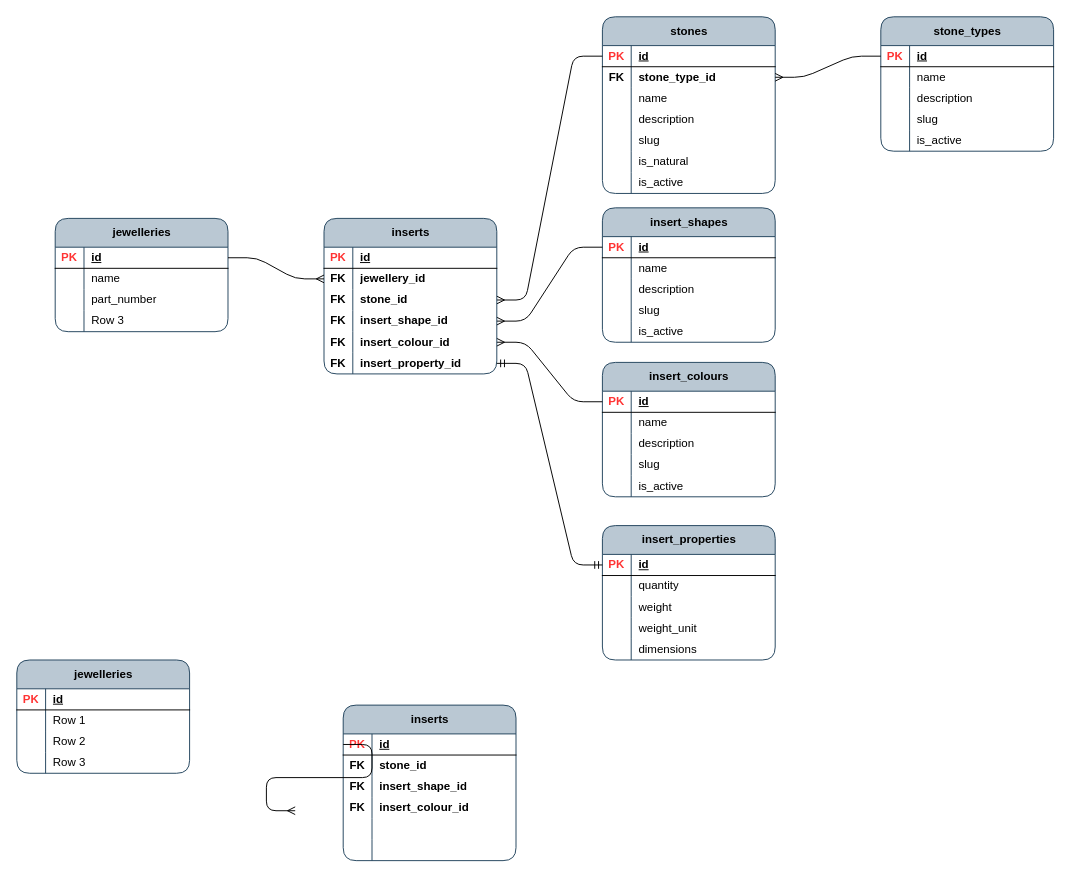
Above: page "Inserts" (4 of 6) of jewellery_items.drawio in acwstudio/app-ben-brumm (draw.io), before the change. Source tidied: cells renumbered, new cells numbered last; positions are measured from the earlier drawing's top-left corner, leaving out a move shared by most shapes. Both pictures are drawn from the tidied source at 96%, with x=0, y=0 at pixel (16, -156).
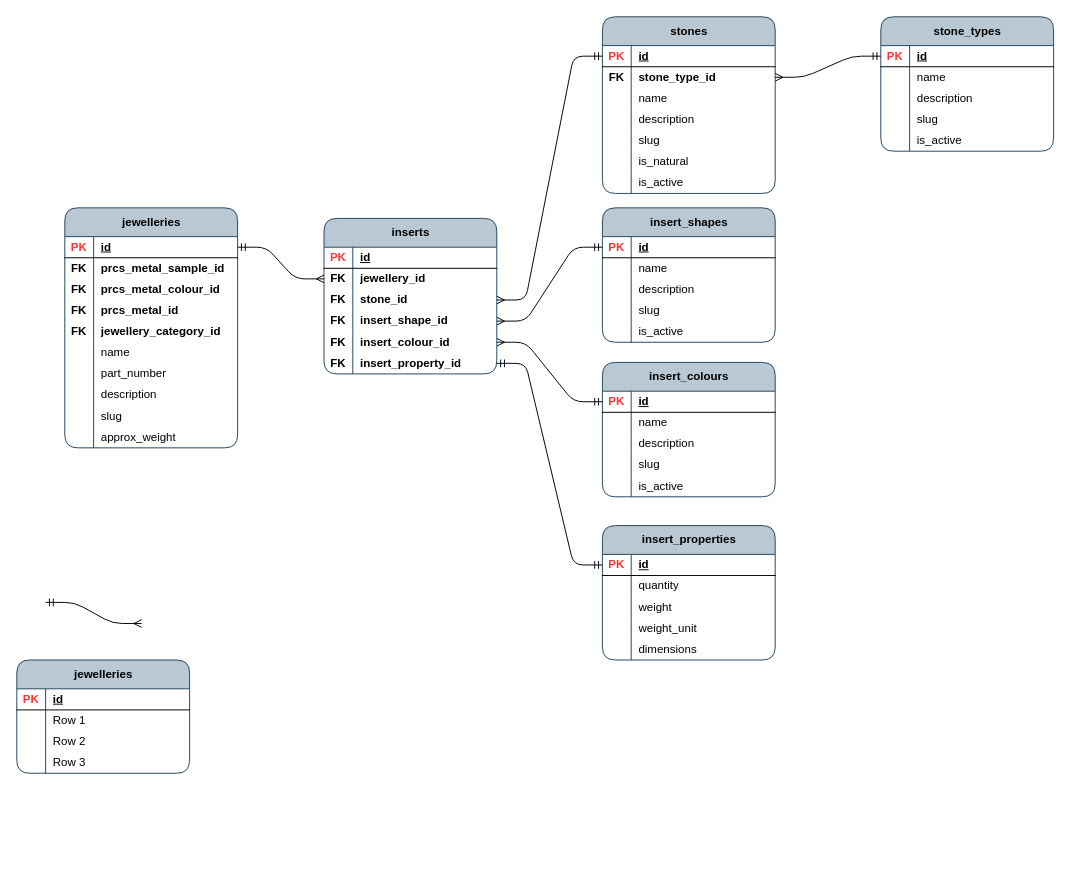
The same page after the edit.

The change refers to these unchanged cells:
```xml
<mxCell id="3" style="shape=tableRow;horizontal=0;startSize=0;swimlaneHead=0;swimlaneBody=0;fillColor=none;points=[[0,0.5],[1,0.5]];portConstraint=eastwest;top=0;left=0;right=0;bottom=1;rounded=1;labelBackgroundColor=none;swimlaneFillColor=none;strokeColor=default;shadow=0;" parent="2" vertex="1">
  <mxGeometry y="30" width="180" height="22" as="geometry" />
</mxCell>
<mxCell id="6" style="shape=tableRow;horizontal=0;startSize=0;swimlaneHead=0;swimlaneBody=0;fillColor=none;points=[[0,0.5],[1,0.5]];portConstraint=eastwest;top=0;left=0;right=0;bottom=0;rounded=1;labelBackgroundColor=none;fontStyle=1;" parent="2" vertex="1">
  <mxGeometry y="52" width="180" height="22" as="geometry" />
</mxCell>
<mxCell id="38" style="shape=tableRow;horizontal=0;startSize=0;swimlaneHead=0;swimlaneBody=0;fillColor=none;points=[[0,0.5],[1,0.5]];portConstraint=eastwest;top=0;left=0;right=0;bottom=1;rounded=1;labelBackgroundColor=none;swimlaneFillColor=none;strokeColor=default;shadow=0;" parent="37" vertex="1">
  <mxGeometry y="30" width="180" height="22" as="geometry" />
</mxCell>
<mxCell id="54" style="shape=tableRow;horizontal=0;startSize=0;swimlaneHead=0;swimlaneBody=0;fillColor=none;points=[[0,0.5],[1,0.5]];portConstraint=eastwest;top=0;left=0;right=0;bottom=1;rounded=1;labelBackgroundColor=none;swimlaneFillColor=none;strokeColor=default;shadow=0;" parent="53" vertex="1">
  <mxGeometry y="30" width="180" height="22" as="geometry" />
</mxCell>
<mxCell id="72" style="shape=tableRow;horizontal=0;startSize=0;swimlaneHead=0;swimlaneBody=0;fillColor=none;points=[[0,0.5],[1,0.5]];portConstraint=eastwest;top=0;left=0;right=0;bottom=1;rounded=0;" parent="71" vertex="1">
  <mxGeometry y="30" width="180" height="22" as="geometry" />
</mxCell>
<mxCell id="125" style="shape=tableRow;horizontal=0;startSize=0;swimlaneHead=0;swimlaneBody=0;fillColor=none;points=[[0,0.5],[1,0.5]];portConstraint=eastwest;top=0;left=0;right=0;bottom=0;rounded=0;" parent="121" vertex="1">
  <mxGeometry y="52" width="180" height="22" as="geometry" />
</mxCell>
<mxCell id="128" style="shape=tableRow;horizontal=0;startSize=0;swimlaneHead=0;swimlaneBody=0;fillColor=none;points=[[0,0.5],[1,0.5]];portConstraint=eastwest;top=0;left=0;right=0;bottom=0;rounded=0;" parent="121" vertex="1">
  <mxGeometry y="74" width="180" height="22" as="geometry" />
</mxCell>
<mxCell id="131" style="shape=tableRow;horizontal=0;startSize=0;swimlaneHead=0;swimlaneBody=0;fillColor=none;points=[[0,0.5],[1,0.5]];portConstraint=eastwest;top=0;left=0;right=0;bottom=0;rounded=0;" parent="121" vertex="1">
  <mxGeometry y="96" width="180" height="22" as="geometry" />
</mxCell>
<mxCell id="134" style="shape=tableRow;horizontal=0;startSize=0;swimlaneHead=0;swimlaneBody=0;fillColor=none;points=[[0,0.5],[1,0.5]];portConstraint=eastwest;top=0;left=0;right=0;bottom=0;rounded=0;" parent="121" vertex="1">
  <mxGeometry y="118" width="180" height="22" as="geometry" />
</mxCell>
```

The edit, as a diff of the source:
```diff
@@
-    <mxCell id="24" value="jewelleries" style="shape=table;startSize=30;childLayout=tableLayout;rowLines=0;fontStyle=1;align=center;html=1;rounded=1;swimlaneFillColor=none;fillColor=#bac8d3;strokeColor=#23445d;columnLines=1;arcSize=15;" parent="1" vertex="1">
-      <mxGeometry x="40" y="390" width="180" height="118" as="geometry" />
-    </mxCell>
-    <mxCell id="25" style="shape=tableRow;horizontal=0;startSize=0;swimlaneHead=0;swimlaneBody=0;fillColor=none;points=[[0,0.5],[1,0.5]];portConstraint=eastwest;top=0;left=0;right=0;bottom=1;rounded=0;" parent="24" vertex="1">
-      <mxGeometry y="30" width="180" height="22" as="geometry" />
-    </mxCell>
-    <mxCell id="26" value="&lt;font color=&quot;#ff3333&quot;&gt;PK&lt;/font&gt;" style="shape=partialRectangle;fillColor=none;top=0;left=0;bottom=0;right=0;fontStyle=1;overflow=hidden;whiteSpace=wrap;html=1;" parent="25" vertex="1">
-      <mxGeometry width="30" height="22" as="geometry" />
-    </mxCell>
-    <mxCell id="27" value="id" style="shape=partialRectangle;fillColor=none;top=0;left=0;bottom=0;right=0;align=left;spacingLeft=6;fontStyle=5;overflow=hidden;whiteSpace=wrap;html=1;" parent="25" vertex="1">
-      <mxGeometry x="30" width="150" height="22" as="geometry" />
-    </mxCell>
-    <mxCell id="28" style="shape=tableRow;horizontal=0;startSize=0;swimlaneHead=0;swimlaneBody=0;fillColor=none;top=0;left=0;right=0;bottom=0;rounded=0;" parent="24" vertex="1">
-      <mxGeometry y="52" width="180" height="22" as="geometry" />
-    </mxCell>
-    <mxCell id="29" style="shape=partialRectangle;fillColor=none;top=0;left=0;bottom=0;right=0;overflow=hidden;whiteSpace=wrap;html=1;" parent="28" vertex="1">
-      <mxGeometry width="30" height="22" as="geometry" />
-    </mxCell>
-    <mxCell id="30" value="name" style="shape=partialRectangle;fillColor=none;top=0;left=0;bottom=0;right=0;align=left;spacingLeft=6;overflow=hidden;whiteSpace=wrap;html=1;" parent="28" vertex="1">
-      <mxGeometry x="30" width="150" height="22" as="geometry" />
-    </mxCell>
-    <mxCell id="31" style="shape=tableRow;horizontal=0;startSize=0;swimlaneHead=0;swimlaneBody=0;fillColor=none;top=0;left=0;right=0;bottom=0;rounded=0;" parent="24" vertex="1">
-      <mxGeometry y="74" width="180" height="22" as="geometry" />
-    </mxCell>
-    <mxCell id="32" style="shape=partialRectangle;fillColor=none;top=0;left=0;bottom=0;right=0;overflow=hidden;whiteSpace=wrap;html=1;" parent="31" vertex="1">
-      <mxGeometry width="30" height="22" as="geometry" />
-    </mxCell>
-    <mxCell id="33" value="part_number" style="shape=partialRectangle;fillColor=none;top=0;left=0;bottom=0;right=0;align=left;spacingLeft=6;overflow=hidden;whiteSpace=wrap;html=1;" parent="31" vertex="1">
-      <mxGeometry x="30" width="150" height="22" as="geometry" />
-    </mxCell>
-    <mxCell id="34" style="shape=tableRow;horizontal=0;startSize=0;swimlaneHead=0;swimlaneBody=0;fillColor=none;top=0;left=0;right=0;bottom=0;rounded=0;" parent="24" vertex="1">
-      <mxGeometry y="96" width="180" height="22" as="geometry" />
-    </mxCell>
-    <mxCell id="35" style="shape=partialRectangle;fillColor=none;top=0;left=0;bottom=0;right=0;overflow=hidden;whiteSpace=wrap;html=1;" parent="34" vertex="1">
-      <mxGeometry width="30" height="22" as="geometry" />
-    </mxCell>
-    <mxCell id="36" value="Row 3" style="shape=partialRectangle;fillColor=none;top=0;left=0;bottom=0;right=0;align=left;spacingLeft=6;overflow=hidden;whiteSpace=wrap;html=1;" parent="34" vertex="1">
-      <mxGeometry x="30" width="150" height="22" as="geometry" />
-    </mxCell>
@@
-    <mxCell id="69" style="edgeStyle=entityRelationEdgeStyle;fontSize=12;html=1;endArrow=ERmany;rounded=1;curved=0;exitX=0;exitY=0.5;exitDx=0;exitDy=0;entryX=1;entryY=0.5;entryDx=0;entryDy=0;" parent="1" edge="1" source="38" target="6">
+    <mxCell id="69" style="edgeStyle=entityRelationEdgeStyle;fontSize=12;html=1;endArrow=ERmany;rounded=1;curved=0;exitX=0;exitY=0.5;exitDx=0;exitDy=0;entryX=1;entryY=0.5;entryDx=0;entryDy=0;startArrow=ERmandOne;startFill=0;" parent="1" edge="1" source="38" target="6">
       <mxGeometry relative="1" as="geometry" />
     </mxCell>
-    <mxCell id="70" style="edgeStyle=entityRelationEdgeStyle;fontSize=12;html=1;endArrow=ERmany;rounded=1;curved=0;exitX=0;exitY=0.5;exitDx=0;exitDy=0;entryX=1;entryY=0.5;entryDx=0;entryDy=0;" parent="1" edge="1" source="54" target="131">
+    <mxCell id="70" style="edgeStyle=entityRelationEdgeStyle;fontSize=12;html=1;endArrow=ERmany;rounded=1;curved=0;exitX=0;exitY=0.5;exitDx=0;exitDy=0;entryX=1;entryY=0.5;entryDx=0;entryDy=0;startArrow=ERmandOne;startFill=0;" parent="1" edge="1" source="54" target="131">
       <mxGeometry relative="1" as="geometry" />
     </mxCell>
@@
-    <mxCell id="87" style="edgeStyle=entityRelationEdgeStyle;fontSize=12;html=1;endArrow=ERmany;rounded=1;curved=0;exitX=0;exitY=0.5;exitDx=0;exitDy=0;entryX=1;entryY=0.5;entryDx=0;entryDy=0;" parent="1" edge="1" source="3" target="128">
+    <mxCell id="87" style="edgeStyle=entityRelationEdgeStyle;fontSize=12;html=1;endArrow=ERmany;rounded=1;curved=0;exitX=0;exitY=0.5;exitDx=0;exitDy=0;entryX=1;entryY=0.5;entryDx=0;entryDy=0;startArrow=ERmandOne;startFill=0;" parent="1" edge="1" source="3" target="128">
       <mxGeometry relative="1" as="geometry">
         <Array as="points">
           <mxPoint x="1000" />
         </Array>
       </mxGeometry>
     </mxCell>
-    <mxCell id="88" style="edgeStyle=entityRelationEdgeStyle;fontSize=12;html=1;endArrow=ERmany;rounded=1;curved=0;exitX=0;exitY=0.5;exitDx=0;exitDy=0;entryX=1;entryY=0.5;entryDx=0;entryDy=0;" parent="1" edge="1" source="72" target="134">
+    <mxCell id="88" style="edgeStyle=entityRelationEdgeStyle;fontSize=12;html=1;endArrow=ERmany;rounded=1;curved=0;exitX=0;exitY=0.5;exitDx=0;exitDy=0;entryX=1;entryY=0.5;entryDx=0;entryDy=0;startArrow=ERmandOne;startFill=0;" parent="1" edge="1" source="72" target="134">
       <mxGeometry relative="1" as="geometry" />
     </mxCell>
-    <mxCell id="89" value="inserts" style="shape=table;startSize=30;childLayout=tableLayout;rowLines=0;fontStyle=1;align=center;html=1;rounded=1;swimlaneFillColor=none;fillColor=#bac8d3;strokeColor=#23445d;columnLines=1;arcSize=15;" parent="1" vertex="1">
-      <mxGeometry x="340" y="897" width="180" height="162" as="geometry" />
-    </mxCell>
-    <mxCell id="90" style="shape=tableRow;horizontal=0;startSize=0;swimlaneHead=0;swimlaneBody=0;fillColor=none;points=[[0,0.5],[1,0.5]];portConstraint=eastwest;top=0;left=0;right=0;bottom=1;rounded=0;" parent="89" vertex="1">
-      <mxGeometry y="30" width="180" height="22" as="geometry" />
-    </mxCell>
-    <mxCell id="91" value="&lt;font color=&quot;#ff3333&quot;&gt;PK&lt;/font&gt;" style="shape=partialRectangle;fillColor=none;top=0;left=0;bottom=0;right=0;fontStyle=1;overflow=hidden;whiteSpace=wrap;html=1;" parent="90" vertex="1">
-      <mxGeometry width="30" height="22" as="geometry" />
-    </mxCell>
-    <mxCell id="92" value="id" style="shape=partialRectangle;fillColor=none;top=0;left=0;bottom=0;right=0;align=left;spacingLeft=6;fontStyle=5;overflow=hidden;whiteSpace=wrap;html=1;" parent="90" vertex="1">
-      <mxGeometry x="30" width="150" height="22" as="geometry" />
-    </mxCell>
-    <mxCell id="93" style="shape=tableRow;horizontal=0;startSize=0;swimlaneHead=0;swimlaneBody=0;fillColor=none;top=0;left=0;right=0;bottom=0;rounded=0;fontStyle=0;" parent="89" vertex="1">
-      <mxGeometry y="52" width="180" height="22" as="geometry" />
-    </mxCell>
-    <mxCell id="94" value="&lt;b&gt;FK&lt;/b&gt;" style="shape=partialRectangle;fillColor=none;top=0;left=0;bottom=0;right=0;overflow=hidden;whiteSpace=wrap;html=1;" parent="93" vertex="1">
-      <mxGeometry width="30" height="22" as="geometry" />
-    </mxCell>
-    <mxCell id="95" value="&lt;b&gt;stone_id&lt;/b&gt;" style="shape=partialRectangle;fillColor=none;top=0;left=0;bottom=0;right=0;align=left;spacingLeft=6;overflow=hidden;whiteSpace=wrap;html=1;" parent="93" vertex="1">
-      <mxGeometry x="30" width="150" height="22" as="geometry" />
-    </mxCell>
-    <mxCell id="96" style="shape=tableRow;horizontal=0;startSize=0;swimlaneHead=0;swimlaneBody=0;fillColor=none;top=0;left=0;right=0;bottom=0;rounded=0;fontStyle=0;" parent="89" vertex="1">
-      <mxGeometry y="74" width="180" height="22" as="geometry" />
-    </mxCell>
-    <mxCell id="97" value="&lt;b&gt;FK&lt;/b&gt;" style="shape=partialRectangle;fillColor=none;top=0;left=0;bottom=0;right=0;overflow=hidden;whiteSpace=wrap;html=1;" parent="96" vertex="1">
-      <mxGeometry width="30" height="22" as="geometry" />
-    </mxCell>
-    <mxCell id="98" value="&lt;b&gt;insert_shape_id&lt;/b&gt;" style="shape=partialRectangle;fillColor=none;top=0;left=0;bottom=0;right=0;align=left;spacingLeft=6;overflow=hidden;whiteSpace=wrap;html=1;" parent="96" vertex="1">
-      <mxGeometry x="30" width="150" height="22" as="geometry" />
-    </mxCell>
-    <mxCell id="99" style="shape=tableRow;horizontal=0;startSize=0;swimlaneHead=0;swimlaneBody=0;fillColor=none;top=0;left=0;right=0;bottom=0;rounded=0;fontStyle=0;" parent="89" vertex="1">
-      <mxGeometry y="96" width="180" height="22" as="geometry" />
-    </mxCell>
-    <mxCell id="100" value="&lt;b&gt;FK&lt;/b&gt;" style="shape=partialRectangle;fillColor=none;top=0;left=0;bottom=0;right=0;overflow=hidden;whiteSpace=wrap;html=1;" parent="99" vertex="1">
-      <mxGeometry width="30" height="22" as="geometry" />
-    </mxCell>
-    <mxCell id="101" value="&lt;b&gt;insert_colour_id&lt;/b&gt;" style="shape=partialRectangle;fillColor=none;top=0;left=0;bottom=0;right=0;align=left;spacingLeft=6;overflow=hidden;whiteSpace=wrap;html=1;" parent="99" vertex="1">
-      <mxGeometry x="30" width="150" height="22" as="geometry" />
-    </mxCell>
-    <mxCell id="102" style="shape=tableRow;horizontal=0;startSize=0;swimlaneHead=0;swimlaneBody=0;fillColor=none;top=0;left=0;right=0;bottom=0;rounded=0;fontStyle=0;" parent="89" vertex="1">
-      <mxGeometry y="118" width="180" height="22" as="geometry" />
-    </mxCell>
-    <mxCell id="103" style="shape=partialRectangle;fillColor=none;top=0;left=0;bottom=0;right=0;overflow=hidden;whiteSpace=wrap;html=1;" parent="102" vertex="1">
-      <mxGeometry width="30" height="22" as="geometry" />
-    </mxCell>
-    <mxCell id="104" style="shape=partialRectangle;fillColor=none;top=0;left=0;bottom=0;right=0;align=left;spacingLeft=6;overflow=hidden;whiteSpace=wrap;html=1;" parent="102" vertex="1">
-      <mxGeometry x="30" width="150" height="22" as="geometry" />
-    </mxCell>
-    <mxCell id="105" style="shape=tableRow;horizontal=0;startSize=0;swimlaneHead=0;swimlaneBody=0;fillColor=none;top=0;left=0;right=0;bottom=0;rounded=0;fontStyle=0;" parent="89" vertex="1">
-      <mxGeometry y="140" width="180" height="22" as="geometry" />
-    </mxCell>
-    <mxCell id="106" style="shape=partialRectangle;fillColor=none;top=0;left=0;bottom=0;right=0;overflow=hidden;whiteSpace=wrap;html=1;" parent="105" vertex="1">
-      <mxGeometry width="30" height="22" as="geometry" />
-    </mxCell>
-    <mxCell id="107" style="shape=partialRectangle;fillColor=none;top=0;left=0;bottom=0;right=0;align=left;spacingLeft=6;overflow=hidden;whiteSpace=wrap;html=1;" parent="105" vertex="1">
-      <mxGeometry x="30" width="150" height="22" as="geometry" />
-    </mxCell>
@@
-    <mxCell id="140" style="edgeStyle=entityRelationEdgeStyle;fontSize=12;html=1;endArrow=ERmany;rounded=1;curved=0;exitX=1;exitY=0.5;exitDx=0;exitDy=0;entryX=0;entryY=0.5;entryDx=0;entryDy=0;" parent="1" edge="1" source="25" target="125">
+    <mxCell id="140" style="edgeStyle=entityRelationEdgeStyle;fontSize=12;html=1;endArrow=ERmany;rounded=1;curved=0;exitX=1;exitY=0.5;exitDx=0;exitDy=0;entryX=0;entryY=0.5;entryDx=0;entryDy=0;startArrow=ERmandOne;startFill=0;" parent="1" edge="1" source="160" target="125">
       <mxGeometry relative="1" as="geometry" />
     </mxCell>
-    <mxCell id="141" style="edgeStyle=entityRelationEdgeStyle;fontSize=12;html=1;endArrow=ERmany;rounded=1;curved=0;exitX=0;exitY=0.5;exitDx=0;exitDy=0;" parent="1" edge="1" source="90">
-      <mxGeometry relative="1" as="geometry">
-        <mxPoint x="290" y="1007" as="targetPoint" />
-      </mxGeometry>
-    </mxCell>
@@
+    <mxCell id="159" style="edgeStyle=entityRelationEdgeStyle;fontSize=12;html=1;endArrow=ERmany;rounded=1;curved=0;exitX=1;exitY=0.5;exitDx=0;exitDy=0;entryX=0;entryY=0.5;entryDx=0;entryDy=0;startArrow=ERmandOne;startFill=0;" parent="1" edge="1">
+      <mxGeometry relative="1" as="geometry">
+        <mxPoint x="30" y="790" as="sourcePoint" />
+        <mxPoint x="130" y="812" as="targetPoint" />
+      </mxGeometry>
+    </mxCell>
+    <mxCell id="24" value="jewelleries" style="shape=table;startSize=30;childLayout=tableLayout;rowLines=0;fontStyle=1;align=center;html=1;rounded=1;swimlaneFillColor=none;fillColor=#bac8d3;strokeColor=#23445d;columnLines=1;arcSize=15;" parent="1" vertex="1">
+      <mxGeometry x="50" y="379" width="180" height="250" as="geometry" />
+    </mxCell>
+    <mxCell id="160" style="shape=tableRow;horizontal=0;startSize=0;swimlaneHead=0;swimlaneBody=0;fillColor=none;points=[[0,0.5],[1,0.5]];portConstraint=eastwest;top=0;left=0;right=0;bottom=1;rounded=1;" parent="24" vertex="1">
+      <mxGeometry y="30" width="180" height="22" as="geometry" />
+    </mxCell>
+    <mxCell id="161" value="&lt;font color=&quot;#ff3333&quot;&gt;PK&lt;/font&gt;" style="shape=partialRectangle;fillColor=none;top=0;left=0;bottom=0;right=0;fontStyle=1;overflow=hidden;whiteSpace=wrap;html=1;rounded=1;" parent="160" vertex="1">
+      <mxGeometry width="30" height="22" as="geometry" />
+    </mxCell>
+    <mxCell id="162" value="id" style="shape=partialRectangle;fillColor=none;top=0;left=0;bottom=0;right=0;align=left;spacingLeft=6;fontStyle=5;overflow=hidden;whiteSpace=wrap;html=1;rounded=1;" parent="160" vertex="1">
+      <mxGeometry x="30" width="150" height="22" as="geometry" />
+    </mxCell>
+    <mxCell id="163" style="shape=tableRow;horizontal=0;startSize=0;swimlaneHead=0;swimlaneBody=0;fillColor=none;top=0;left=0;right=0;bottom=0;rounded=1;" parent="24" vertex="1">
+      <mxGeometry y="52" width="180" height="22" as="geometry" />
+    </mxCell>
+    <mxCell id="164" value="&lt;b&gt;FK&lt;/b&gt;" style="shape=partialRectangle;fillColor=none;top=0;left=0;bottom=0;right=0;overflow=hidden;whiteSpace=wrap;html=1;rounded=1;" parent="163" vertex="1">
+      <mxGeometry width="30" height="22" as="geometry" />
+    </mxCell>
+    <mxCell id="165" value="&lt;b&gt;prcs_metal_sample_id&lt;/b&gt;" style="shape=partialRectangle;fillColor=none;top=0;left=0;bottom=0;right=0;align=left;spacingLeft=6;overflow=hidden;whiteSpace=wrap;html=1;rounded=1;" parent="163" vertex="1">
+      <mxGeometry x="30" width="150" height="22" as="geometry" />
+    </mxCell>
+    <mxCell id="166" style="shape=tableRow;horizontal=0;startSize=0;swimlaneHead=0;swimlaneBody=0;fillColor=none;top=0;left=0;right=0;bottom=0;rounded=1;" parent="24" vertex="1">
+      <mxGeometry y="74" width="180" height="22" as="geometry" />
+    </mxCell>
+    <mxCell id="167" value="&lt;b&gt;FK&lt;/b&gt;" style="shape=partialRectangle;fillColor=none;top=0;left=0;bottom=0;right=0;overflow=hidden;whiteSpace=wrap;html=1;rounded=1;" parent="166" vertex="1">
+      <mxGeometry width="30" height="22" as="geometry" />
+    </mxCell>
+    <mxCell id="168" value="&lt;b&gt;prcs_metal_colour_id&lt;/b&gt;" style="shape=partialRectangle;fillColor=none;top=0;left=0;bottom=0;right=0;align=left;spacingLeft=6;overflow=hidden;whiteSpace=wrap;html=1;rounded=1;" parent="166" vertex="1">
+      <mxGeometry x="30" width="150" height="22" as="geometry" />
+    </mxCell>
+    <mxCell id="169" style="shape=tableRow;horizontal=0;startSize=0;swimlaneHead=0;swimlaneBody=0;fillColor=none;top=0;left=0;right=0;bottom=0;rounded=1;" parent="24" vertex="1">
+      <mxGeometry y="96" width="180" height="22" as="geometry" />
+    </mxCell>
+    <mxCell id="170" value="&lt;b&gt;FK&lt;/b&gt;" style="shape=partialRectangle;fillColor=none;top=0;left=0;bottom=0;right=0;overflow=hidden;whiteSpace=wrap;html=1;rounded=1;" parent="169" vertex="1">
+      <mxGeometry width="30" height="22" as="geometry" />
+    </mxCell>
+    <mxCell id="171" value="&lt;b&gt;prcs_metal_id&lt;/b&gt;" style="shape=partialRectangle;fillColor=none;top=0;left=0;bottom=0;right=0;align=left;spacingLeft=6;overflow=hidden;whiteSpace=wrap;html=1;rounded=1;" parent="169" vertex="1">
+      <mxGeometry x="30" width="150" height="22" as="geometry" />
+    </mxCell>
+    <mxCell id="172" style="shape=tableRow;horizontal=0;startSize=0;swimlaneHead=0;swimlaneBody=0;fillColor=none;top=0;left=0;right=0;bottom=0;rounded=1;" parent="24" vertex="1">
+      <mxGeometry y="118" width="180" height="22" as="geometry" />
+    </mxCell>
+    <mxCell id="173" value="&lt;b&gt;FK&lt;/b&gt;" style="shape=partialRectangle;fillColor=none;top=0;left=0;bottom=0;right=0;overflow=hidden;whiteSpace=wrap;html=1;rounded=1;" parent="172" vertex="1">
+      <mxGeometry width="30" height="22" as="geometry" />
+    </mxCell>
+    <mxCell id="174" value="&lt;b&gt;jewellery_category_id&lt;/b&gt;" style="shape=partialRectangle;fillColor=none;top=0;left=0;bottom=0;right=0;align=left;spacingLeft=6;overflow=hidden;whiteSpace=wrap;html=1;rounded=1;" parent="172" vertex="1">
+      <mxGeometry x="30" width="150" height="22" as="geometry" />
+    </mxCell>
+    <mxCell id="175" style="shape=tableRow;horizontal=0;startSize=0;swimlaneHead=0;swimlaneBody=0;fillColor=none;top=0;left=0;right=0;bottom=0;rounded=1;" parent="24" vertex="1">
+      <mxGeometry y="140" width="180" height="22" as="geometry" />
+    </mxCell>
+    <mxCell id="176" style="shape=partialRectangle;fillColor=none;top=0;left=0;bottom=0;right=0;overflow=hidden;whiteSpace=wrap;html=1;rounded=1;" parent="175" vertex="1">
+      <mxGeometry width="30" height="22" as="geometry" />
+    </mxCell>
+    <mxCell id="30" value="name" style="shape=partialRectangle;fillColor=none;top=0;left=0;bottom=0;right=0;align=left;spacingLeft=6;overflow=hidden;whiteSpace=wrap;html=1;rounded=1;" parent="175" vertex="1">
+      <mxGeometry x="30" width="150" height="22" as="geometry" />
+    </mxCell>
+    <mxCell id="177" style="shape=tableRow;horizontal=0;startSize=0;swimlaneHead=0;swimlaneBody=0;fillColor=none;top=0;left=0;right=0;bottom=0;rounded=1;" parent="24" vertex="1">
+      <mxGeometry y="162" width="180" height="22" as="geometry" />
+    </mxCell>
+    <mxCell id="178" style="shape=partialRectangle;fillColor=none;top=0;left=0;bottom=0;right=0;overflow=hidden;whiteSpace=wrap;html=1;rounded=1;" parent="177" vertex="1">
+      <mxGeometry width="30" height="22" as="geometry" />
+    </mxCell>
+    <mxCell id="33" value="part_number" style="shape=partialRectangle;fillColor=none;top=0;left=0;bottom=0;right=0;align=left;spacingLeft=6;overflow=hidden;whiteSpace=wrap;html=1;rounded=1;" parent="177" vertex="1">
+      <mxGeometry x="30" width="150" height="22" as="geometry" />
+    </mxCell>
+    <mxCell id="179" style="shape=tableRow;horizontal=0;startSize=0;swimlaneHead=0;swimlaneBody=0;fillColor=none;top=0;left=0;right=0;bottom=0;rounded=1;" parent="24" vertex="1">
+      <mxGeometry y="184" width="180" height="22" as="geometry" />
+    </mxCell>
+    <mxCell id="180" style="shape=partialRectangle;fillColor=none;top=0;left=0;bottom=0;right=0;overflow=hidden;whiteSpace=wrap;html=1;rounded=1;" parent="179" vertex="1">
+      <mxGeometry width="30" height="22" as="geometry" />
+    </mxCell>
+    <mxCell id="181" value="description" style="shape=partialRectangle;fillColor=none;top=0;left=0;bottom=0;right=0;align=left;spacingLeft=6;overflow=hidden;whiteSpace=wrap;html=1;rounded=1;" parent="179" vertex="1">
+      <mxGeometry x="30" width="150" height="22" as="geometry" />
+    </mxCell>
+    <mxCell id="182" style="shape=tableRow;horizontal=0;startSize=0;swimlaneHead=0;swimlaneBody=0;fillColor=none;top=0;left=0;right=0;bottom=0;rounded=1;" parent="24" vertex="1">
+      <mxGeometry y="206" width="180" height="22" as="geometry" />
+    </mxCell>
+    <mxCell id="183" style="shape=partialRectangle;fillColor=none;top=0;left=0;bottom=0;right=0;overflow=hidden;whiteSpace=wrap;html=1;rounded=1;" parent="182" vertex="1">
+      <mxGeometry width="30" height="22" as="geometry" />
+    </mxCell>
+    <mxCell id="184" value="slug" style="shape=partialRectangle;fillColor=none;top=0;left=0;bottom=0;right=0;align=left;spacingLeft=6;overflow=hidden;whiteSpace=wrap;html=1;rounded=1;" parent="182" vertex="1">
+      <mxGeometry x="30" width="150" height="22" as="geometry" />
+    </mxCell>
+    <mxCell id="185" style="shape=tableRow;horizontal=0;startSize=0;swimlaneHead=0;swimlaneBody=0;fillColor=none;top=0;left=0;right=0;bottom=0;rounded=1;" parent="24" vertex="1">
+      <mxGeometry y="228" width="180" height="22" as="geometry" />
+    </mxCell>
+    <mxCell id="186" style="shape=partialRectangle;fillColor=none;top=0;left=0;bottom=0;right=0;overflow=hidden;whiteSpace=wrap;html=1;rounded=1;" parent="185" vertex="1">
+      <mxGeometry width="30" height="22" as="geometry" />
+    </mxCell>
+    <mxCell id="187" value="approx_weight" style="shape=partialRectangle;fillColor=none;top=0;left=0;bottom=0;right=0;align=left;spacingLeft=6;overflow=hidden;whiteSpace=wrap;html=1;rounded=1;" parent="185" vertex="1">
+      <mxGeometry x="30" width="150" height="22" as="geometry" />
+    </mxCell>
```
